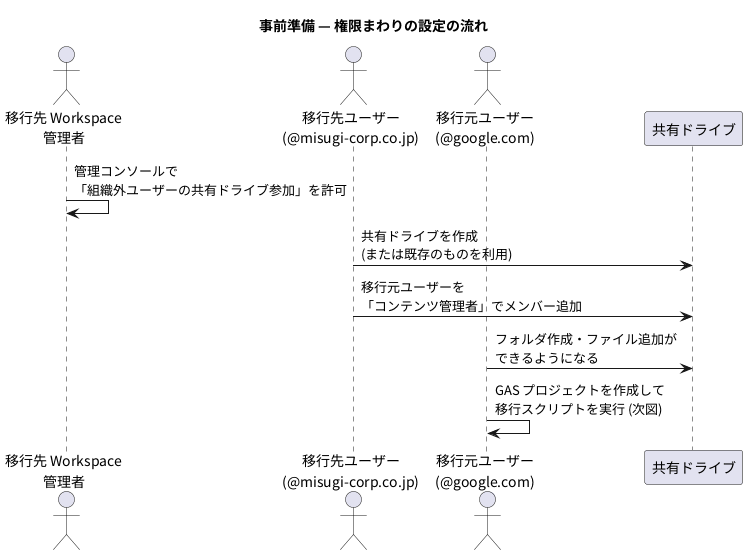
pollenjp-org/sandbox keeps this PlantUML diagram as gas-drive-migration-2026-07-11/plantuml/out/03_permission_setup.png. Above is the earlier version.
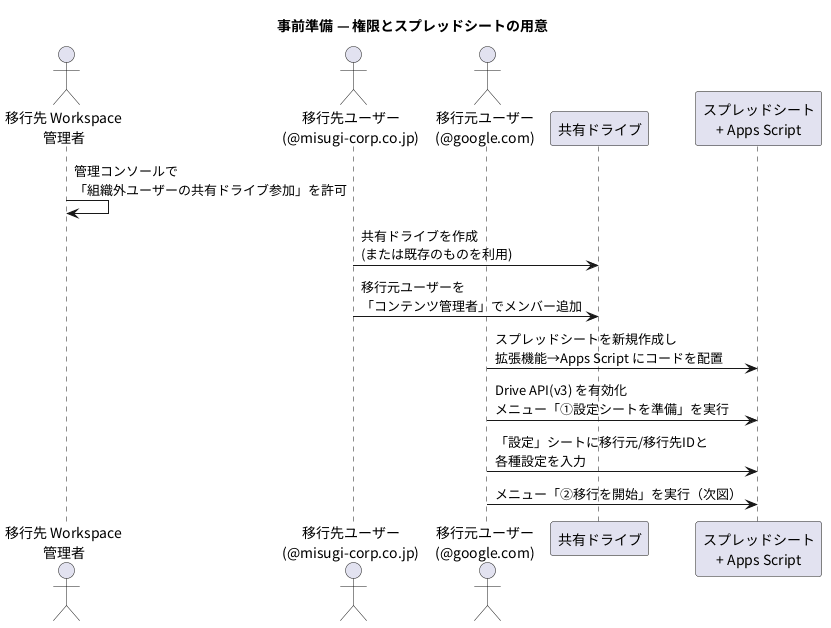
After the commit.

What changed in the source:
```diff
@@ -1,16 +1,19 @@
 @startuml 03_permission_setup
 skinparam defaultFontName "Noto Sans CJK JP"
 skinparam shadowing false
-title 事前準備 — 権限まわりの設定の流れ
+title 事前準備 — 権限とスプレッドシートの用意
 
 actor "移行先 Workspace\n管理者" as admin
 actor "移行先ユーザー\n(@misugi-corp.co.jp)" as dst
 actor "移行元ユーザー\n(@google.com)" as src
 participant "共有ドライブ" as sd
+participant "スプレッドシート\n+ Apps Script" as ss
 
 admin -> admin : 管理コンソールで\n「組織外ユーザーの共有ドライブ参加」を許可
 dst -> sd : 共有ドライブを作成\n(または既存のものを利用)
 dst -> sd : 移行元ユーザーを\n「コンテンツ管理者」でメンバー追加
-src -> sd : フォルダ作成・ファイル追加が\nできるようになる
-src -> src : GAS プロジェクトを作成して\n移行スクリプトを実行 (次図)
+src -> ss : スプレッドシートを新規作成し\n拡張機能→Apps Script にコードを配置
+src -> ss : Drive API(v3) を有効化\nメニュー「①設定シートを準備」を実行
+src -> ss : 「設定」シートに移行元/移行先IDと\n各種設定を入力
+src -> ss : メニュー「②移行を開始」を実行（次図）
 @enduml
```
